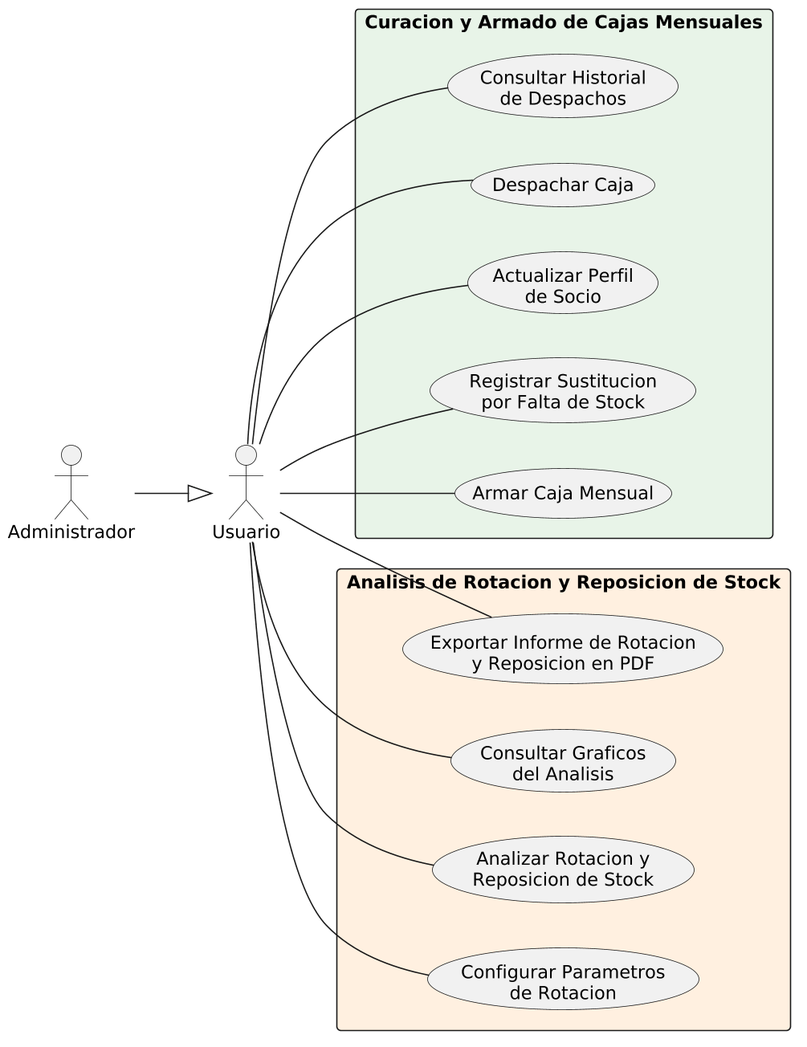
The PlantUML diagram DIAGRAMAS/DiagramaCasosDeUso_3_Cajas_Rotacion.png in Jesifu/club-de-vinos-td, before a commit. Its diagram source:
```plantuml
@startuml DiagramaCasosDeUso_3_Cajas_Rotacion
left to right direction
skinparam shadowing false
skinparam roundcorner 6
scale 1.6

actor Usuario
actor Administrador
Administrador --|> Usuario

rectangle "Curacion y Armado de Cajas Mensuales" #E8F4E8 {
  usecase "Armar Caja Mensual" as CU28
  usecase "Registrar Sustitucion\npor Falta de Stock" as CU29
  usecase "Actualizar Perfil\nde Socio" as CU30
  usecase "Despachar Caja" as CU31
  usecase "Consultar Historial\nde Despachos" as CU32
}

rectangle "Analisis de Rotacion y Reposicion de Stock" #FFF0E0 {
  usecase "Configurar Parametros\nde Rotacion" as CU33
  usecase "Analizar Rotacion y\nReposicion de Stock" as CU34
  usecase "Consultar Graficos\ndel Analisis" as CU35
  usecase "Exportar Informe de Rotacion\ny Reposicion en PDF" as CU36
}

Usuario -- CU28
Usuario -- CU29
Usuario -- CU30
Usuario -- CU31
Usuario -- CU32
Usuario -- CU33
Usuario -- CU34
Usuario -- CU35
Usuario -- CU36
@enduml
```
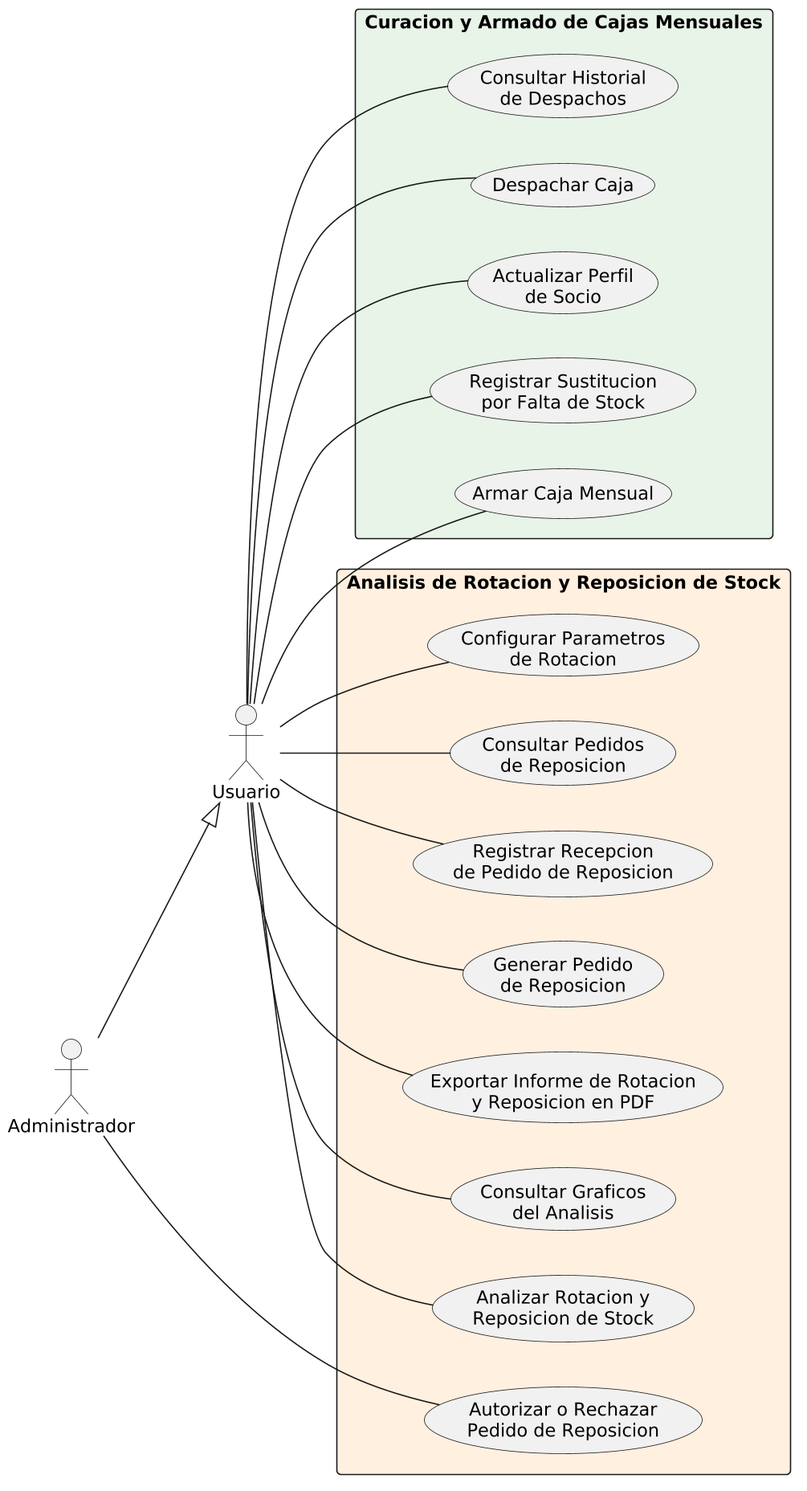
The same diagram one commit later.

Diff of the diagram source:
```diff
@@ -21,6 +21,10 @@
   usecase "Analizar Rotacion y\nReposicion de Stock" as CU34
   usecase "Consultar Graficos\ndel Analisis" as CU35
   usecase "Exportar Informe de Rotacion\ny Reposicion en PDF" as CU36
+  usecase "Generar Pedido\nde Reposicion" as CU37
+  usecase "Autorizar o Rechazar\nPedido de Reposicion" as CU38
+  usecase "Registrar Recepcion\nde Pedido de Reposicion" as CU39
+  usecase "Consultar Pedidos\nde Reposicion" as CU40
 }
 
 Usuario -- CU28
@@ -32,4 +36,8 @@
 Usuario -- CU34
 Usuario -- CU35
 Usuario -- CU36
+Usuario -- CU37
+Administrador -- CU38
+Usuario -- CU39
+Usuario -- CU40
 @enduml
```
